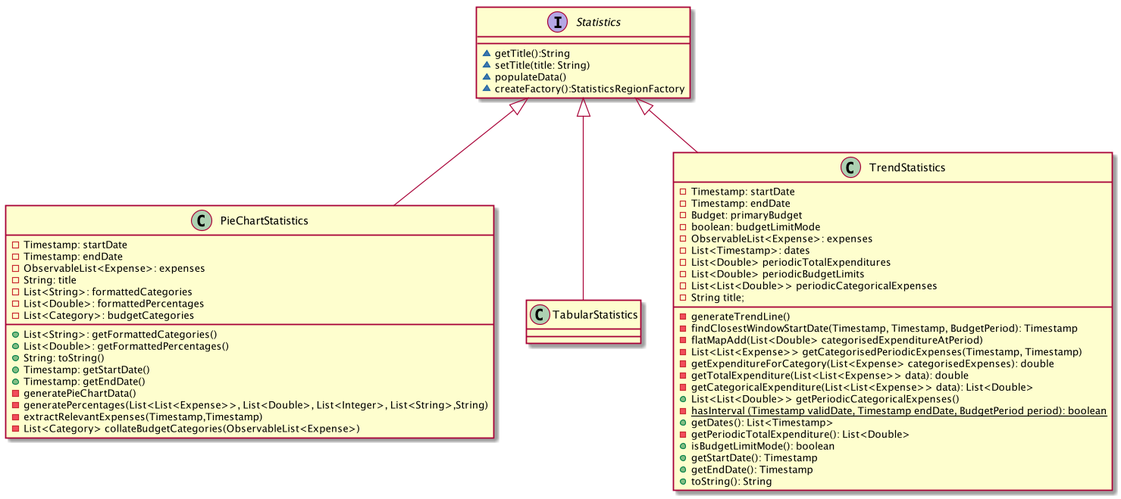
Earlier version of the PlantUML export docs/images/StatisticsClassDiagram.png (nus-cs2103-AY1920S1/addressbook-level3). The source it was exported from:
```plantuml
@startuml



interface Statistics {
~getTitle():String
~setTitle(title: String)
~populateData()
~createFactory():StatisticsRegionFactory
}



class PieChartStatistics {
-Timestamp: startDate
-Timestamp: endDate
-ObservableList<Expense>: expenses
-String: title
-List<String>: formattedCategories
-List<Double>: formattedPercentages
-List<Category>: budgetCategories

+List<String>: getFormattedCategories()
+List<Double>: getFormattedPercentages()
+String: toString()
+Timestamp: getStartDate()
+Timestamp: getEndDate()
-generatePieChartData()
-generatePercentages(List<List<Expense>>, List<Double>, List<Integer>, List<String>,String)
-extractRelevantExpenses(Timestamp,Timestamp)
-List<Category> collateBudgetCategories(ObservableList<Expense>)
}



class TabularStatistics {

}



class TrendStatistics {
-Timestamp: startDate
-Timestamp: endDate
-Budget: primaryBudget
-boolean: budgetLimitMode
-ObservableList<Expense>: expenses
-List<Timestamp>: dates
-List<Double> periodicTotalExpenditures
-List<Double> periodicBudgetLimits
-List<List<Double>> periodicCategoricalExpenses
-String title;
-generateTrendLine()
-findClosestWindowStartDate(Timestamp, Timestamp, BudgetPeriod): Timestamp
-flatMapAdd(List<Double> categorisedExpenditureAtPeriod)
-List<List<Expense>> getCategorisedPeriodicExpenses(Timestamp, Timestamp)
-getExpenditureForCategory(List<Expense> categorisedExpenses): double
-getTotalExpenditure(List<List<Expense>> data): double
-getCategoricalExpenditure(List<List<Expense>> data): List<Double>
+List<List<Double>> getPeriodicCategoricalExpenses()
-{static} hasInterval (Timestamp validDate, Timestamp endDate, BudgetPeriod period): boolean
+getDates(): List<Timestamp>
-getPeriodicTotalExpenditure(): List<Double>
+ isBudgetLimitMode(): boolean
+ getStartDate(): Timestamp
+getEndDate(): Timestamp
+toString(): String
}











Statistics <|-- PieChartStatistics
Statistics <|-- TabularStatistics
Statistics <|-- TrendStatistics



@enduml
```
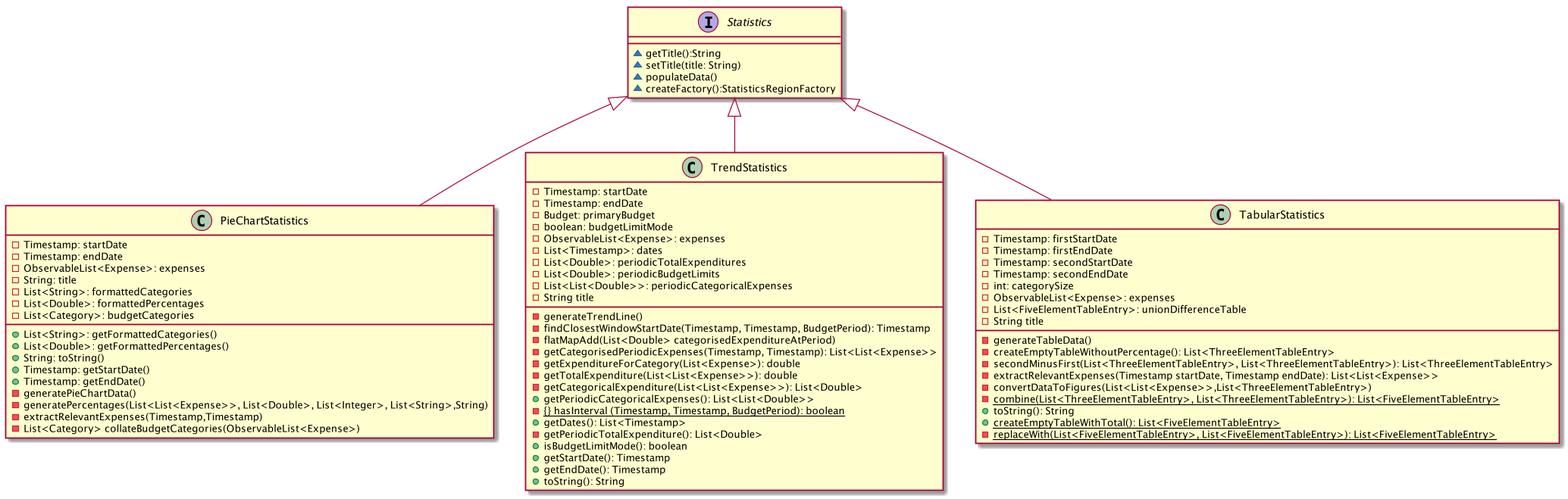
The same file after the commit.

Commit message:
class diagram

What changed in the source:
```diff
@@ -33,11 +33,6 @@
 
 
 
-class TabularStatistics {
-
-}
-
-
 
 class TrendStatistics {
 -Timestamp: startDate
@@ -46,19 +41,20 @@
 -boolean: budgetLimitMode
 -ObservableList<Expense>: expenses
 -List<Timestamp>: dates
--List<Double> periodicTotalExpenditures
--List<Double> periodicBudgetLimits
--List<List<Double>> periodicCategoricalExpenses
--String title;
+-List<Double>: periodicTotalExpenditures
+-List<Double>: periodicBudgetLimits
+-List<List<Double>>: periodicCategoricalExpenses
+-String title
+
 -generateTrendLine()
 -findClosestWindowStartDate(Timestamp, Timestamp, BudgetPeriod): Timestamp
 -flatMapAdd(List<Double> categorisedExpenditureAtPeriod)
--List<List<Expense>> getCategorisedPeriodicExpenses(Timestamp, Timestamp)
--getExpenditureForCategory(List<Expense> categorisedExpenses): double
--getTotalExpenditure(List<List<Expense>> data): double
--getCategoricalExpenditure(List<List<Expense>> data): List<Double>
-+List<List<Double>> getPeriodicCategoricalExpenses()
--{static} hasInterval (Timestamp validDate, Timestamp endDate, BudgetPeriod period): boolean
+-getCategorisedPeriodicExpenses(Timestamp, Timestamp): List<List<Expense>>
+-getExpenditureForCategory(List<Expense>): double
+-getTotalExpenditure(List<List<Expense>>): double
+-getCategoricalExpenditure(List<List<Expense>>): List<Double>
++getPeriodicCategoricalExpenses(): List<List<Double>>
+-{{static}} hasInterval (Timestamp, Timestamp, BudgetPeriod): boolean
 +getDates(): List<Timestamp>
 -getPeriodicTotalExpenditure(): List<Double>
 + isBudgetLimitMode(): boolean
@@ -67,8 +63,25 @@
 +toString(): String
 }
 
-
-
+class TabularStatistics {
+-Timestamp: firstStartDate
+-Timestamp: firstEndDate
+-Timestamp: secondStartDate
+-Timestamp: secondEndDate
+-int: categorySize
+-ObservableList<Expense>: expenses
+-List<FiveElementTableEntry>: unionDifferenceTable
+-String title
+-generateTableData()
+-createEmptyTableWithoutPercentage(): List<ThreeElementTableEntry>
+-secondMinusFirst(List<ThreeElementTableEntry>, List<ThreeElementTableEntry>): List<ThreeElementTableEntry>
+-extractRelevantExpenses(Timestamp startDate, Timestamp endDate): List<List<Expense>>
+-convertDataToFigures(List<List<Expense>>,List<ThreeElementTableEntry>)
+-{static} combine(List<ThreeElementTableEntry>, List<ThreeElementTableEntry>): List<FiveElementTableEntry>
++toString(): String
++{static} createEmptyTableWithTotal(): List<FiveElementTableEntry>
+-{static} replaceWith(List<FiveElementTableEntry>, List<FiveElementTableEntry>): List<FiveElementTableEntry>
+}
 
 
 
```
